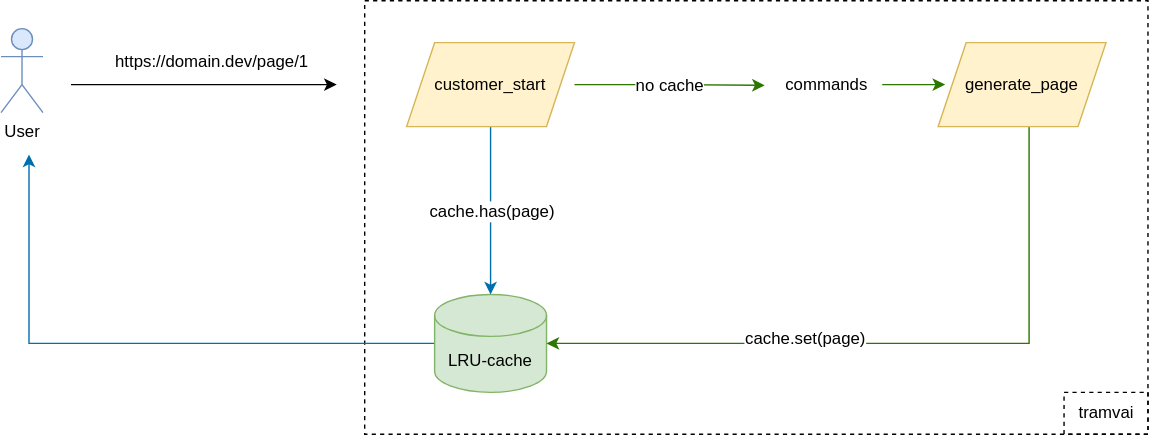
The draw.io diagram tools/docSite/static/img/features/rendering/static-mode.drawio.svg in Tinkoff/tramvai, before a commit. Source tidied: cells renumbered, new cells last; positions are measured from the earlier drawing's top-left corner, leaving out a move shared by most shapes.
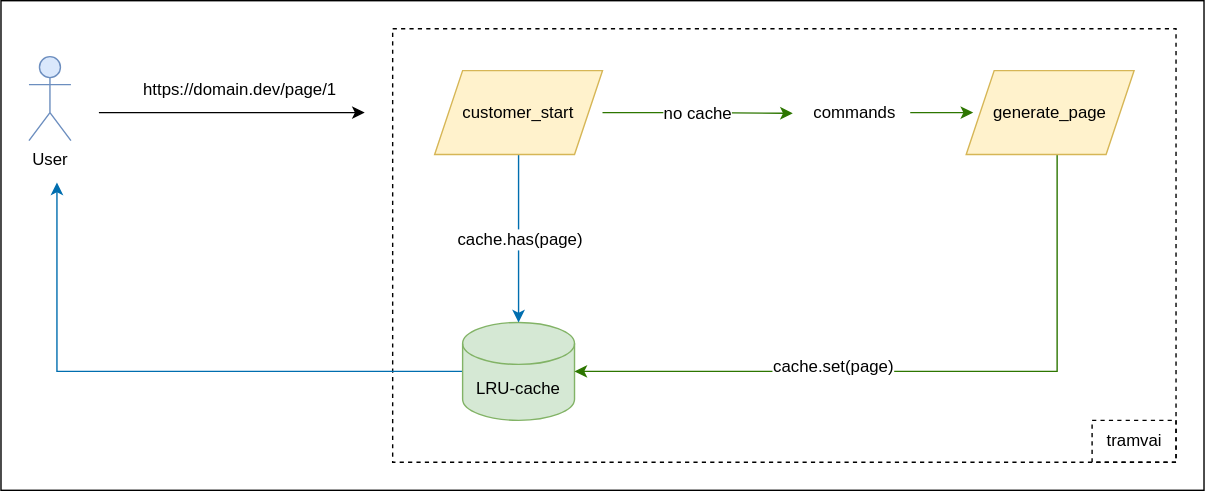
After the commit.

What changed in the source:
```diff
@@ -2,6 +2,9 @@
   <root>
     <mxCell id="0" />
     <mxCell id="1" parent="0" />
+    <mxCell id="19" style="rounded=0;whiteSpace=wrap;html=1;" parent="1" vertex="1">
+      <mxGeometry x="-20" y="-20" width="860" height="350" as="geometry" />
+    </mxCell>
     <mxCell id="2" value="User" style="shape=umlActor;verticalLabelPosition=bottom;verticalAlign=top;html=1;fontSize=12;fillColor=#dae8fc;strokeColor=#6c8ebf;" parent="1" vertex="1">
       <mxGeometry y="20" width="30" height="60" as="geometry" />
     </mxCell>
```
